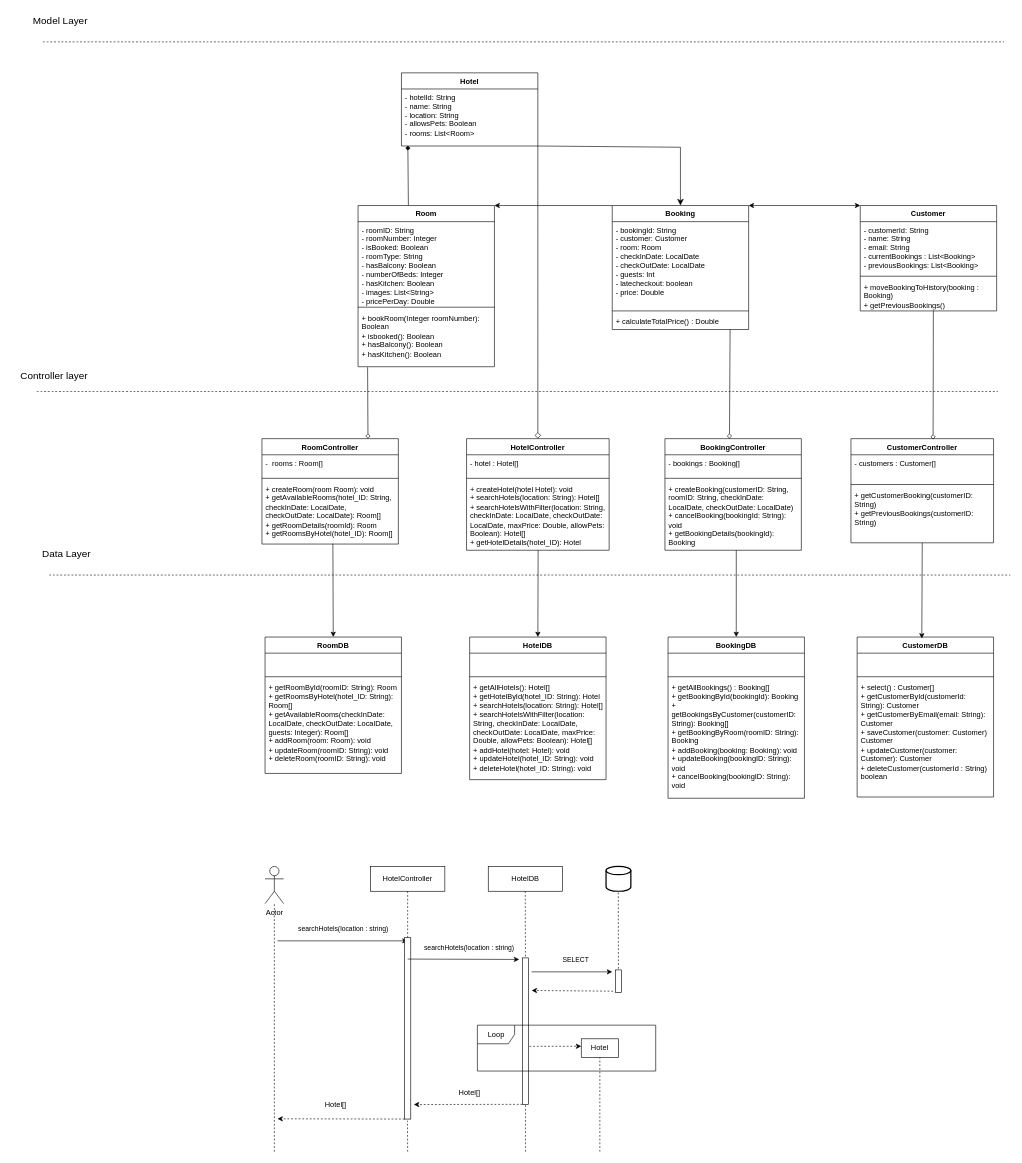
This is V3/Design Module.drawio from rthor997/HBV401G-Throun_hugbunathar, a draw.io file, before an edit. Source tidied: cells renumbered, new cells numbered last; positions are measured from the earlier drawing's top-left corner, leaving out a move shared by most shapes. Both pictures are drawn from the tidied source at 62%, with x=0, y=0 at pixel (11, 11).
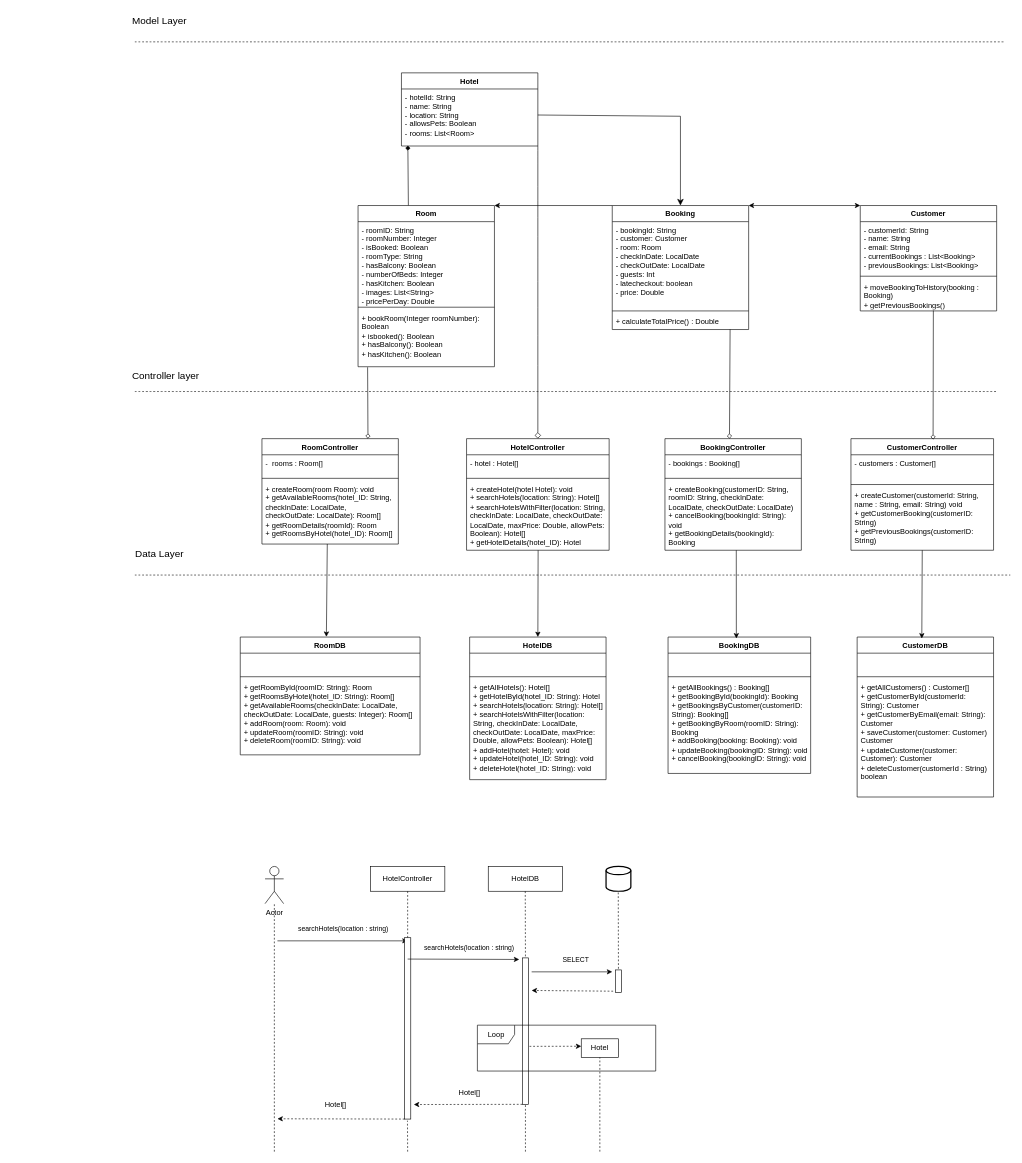
The same page after the edit.

Unchanged cells that the change refers to:
```xml
<mxCell id="7" value="Hotel" style="swimlane;fontStyle=1;align=center;verticalAlign=top;horizontal=1;startSize=26;whiteSpace=wrap;html=1;" parent="1" vertex="1">
  <mxGeometry x="630" y="100" width="220" height="118" as="geometry" />
</mxCell>
<mxCell id="8" value="- hotelId: String&lt;div&gt;- name: String&lt;/div&gt;&lt;div&gt;- location: String&lt;/div&gt;&lt;div&gt;- allowsPets: Boolean&lt;/div&gt;&lt;div&gt;- rooms: List&amp;lt;Room&amp;gt;&lt;/div&gt;&lt;div&gt;&lt;br&gt;&lt;/div&gt;" style="text;strokeColor=none;fillColor=none;align=left;verticalAlign=top;spacingLeft=4;spacingRight=4;overflow=hidden;points=[[0,0.5],[1,0.5]];portConstraint=eastwest;whiteSpace=wrap;html=1;" parent="7" vertex="1">
  <mxGeometry y="26" width="220" height="84" as="geometry" />
</mxCell>
<mxCell id="10" value="Booking" style="swimlane;fontStyle=1;align=center;verticalAlign=top;horizontal=1;startSize=26;whiteSpace=wrap;html=1;" parent="1" vertex="1">
  <mxGeometry x="970" y="314" width="220" height="200" as="geometry" />
</mxCell>
<mxCell id="29" value="+ createBooking(customerID: String, roomID: String, checkInDate: LocalDate, checkOutDate: LocalDate)&lt;div&gt;+ cancelBooking(bookingId: String): void&lt;/div&gt;&lt;div&gt;+ getBookingDetails(bookingId): Booking&lt;/div&gt;" style="text;strokeColor=none;fillColor=none;align=left;verticalAlign=top;spacingLeft=4;spacingRight=4;overflow=hidden;points=[[0,0.5],[1,0.5]];portConstraint=eastwest;whiteSpace=wrap;html=1;" parent="26" vertex="1">
  <mxGeometry y="68" width="220" height="112" as="geometry" />
</mxCell>
<mxCell id="34" value="&lt;div&gt;&lt;span style=&quot;color: light-dark(rgb(0, 0, 0), rgb(255, 255, 255)); background-color: transparent;&quot;&gt;+ createRoom(room Room): void&lt;/span&gt;&lt;/div&gt;&lt;div&gt;&lt;span style=&quot;color: light-dark(rgb(0, 0, 0), rgb(255, 255, 255)); background-color: transparent;&quot;&gt;+&amp;nbsp;&lt;/span&gt;getAvailableRooms(hotel_ID: String, checkInDate: LocalDate, checkOutDate: LocalDate): Room[]&lt;/div&gt;&lt;div&gt;&lt;div&gt;&lt;span style=&quot;background-color: transparent; color: light-dark(rgb(0, 0, 0), rgb(255, 255, 255));&quot;&gt;+&amp;nbsp;&lt;/span&gt;getRoomDetails(roomId): Room&lt;/div&gt;&lt;div&gt;+ getRoomsByHotel(hotel_ID): Room[]&amp;nbsp;&lt;/div&gt;&lt;/div&gt;&lt;div&gt;&lt;br&gt;&lt;/div&gt;" style="text;strokeColor=none;fillColor=none;align=left;verticalAlign=top;spacingLeft=4;spacingRight=4;overflow=hidden;points=[[0,0.5],[1,0.5]];portConstraint=eastwest;whiteSpace=wrap;html=1;" parent="30" vertex="1">
  <mxGeometry y="68" width="220" height="102" as="geometry" />
</mxCell>
<mxCell id="54" value="CustomerDB" style="swimlane;fontStyle=1;align=center;verticalAlign=top;horizontal=1;startSize=26;whiteSpace=wrap;html=1;" parent="1" vertex="1">
  <mxGeometry x="1365" y="1010" width="220" height="258" as="geometry" />
</mxCell>
```

Change to the diagram source:
```diff
@@
     <mxCell id="21" style="endArrow=none;dashed=1;html=1;rounded=0;fontSize=12;startSize=8;endSize=8;curved=1;" parent="1" edge="1">
       <mxGeometry relative="1" as="geometry">
-        <mxPoint x="42" y="614" as="sourcePoint" />
+        <mxPoint x="200" y="614" as="sourcePoint" />
         <mxPoint x="1592" y="614" as="targetPoint" />
       </mxGeometry>
     </mxCell>
     <mxCell id="22" value="Controller layer" style="text;html=1;whiteSpace=wrap;strokeColor=none;fillColor=none;align=center;verticalAlign=middle;rounded=0;fontSize=16;" parent="1" vertex="1">
-      <mxGeometry y="574" width="140" height="30" as="geometry" />
+      <mxGeometry x="180" y="574" width="140" height="30" as="geometry" />
     </mxCell>
     <mxCell id="23" style="endArrow=none;dashed=1;html=1;rounded=0;fontSize=12;startSize=8;endSize=8;curved=1;" parent="1" edge="1">
       <mxGeometry relative="1" as="geometry">
-        <mxPoint x="62" y="910" as="sourcePoint" />
+        <mxPoint x="200" y="910" as="sourcePoint" />
         <mxPoint x="1612" y="910" as="targetPoint" />
       </mxGeometry>
     </mxCell>
     <mxCell id="24" value="Data Layer" style="text;html=1;whiteSpace=wrap;strokeColor=none;fillColor=none;align=center;verticalAlign=middle;rounded=0;fontSize=16;" parent="1" vertex="1">
-      <mxGeometry x="20" y="860" width="140" height="30" as="geometry" />
+      <mxGeometry x="170" y="860" width="140" height="30" as="geometry" />
     </mxCell>
     <mxCell id="25" value="Model Layer" style="text;html=1;whiteSpace=wrap;strokeColor=none;fillColor=none;align=center;verticalAlign=middle;rounded=0;fontSize=16;" parent="1" vertex="1">
-      <mxGeometry x="30" width="100" height="30" as="geometry" />
+      <mxGeometry x="190" width="100" height="30" as="geometry" />
     </mxCell>
@@
     <mxCell id="35" value="CustomerController" style="swimlane;fontStyle=1;align=center;verticalAlign=top;horizontal=1;startSize=26;whiteSpace=wrap;html=1;" parent="1" vertex="1">
-      <mxGeometry x="1355" y="690" width="230" height="168" as="geometry" />
+      <mxGeometry x="1355" y="690" width="230" height="180" as="geometry" />
     </mxCell>
@@
-    <mxCell id="38" value="&lt;div&gt;&lt;span style=&quot;background-color: transparent; color: light-dark(rgb(0, 0, 0), rgb(255, 255, 255));&quot;&gt;+ getCustomerBooking(customerID: String)&lt;/span&gt;&lt;/div&gt;&lt;div&gt;&lt;div&gt;+ getPreviousBookings(customerID: String&lt;span style=&quot;background-color: transparent; color: light-dark(rgb(0, 0, 0), rgb(255, 255, 255));&quot;&gt;)&lt;/span&gt;&lt;/div&gt;&lt;/div&gt;&lt;div&gt;&lt;br&gt;&lt;/div&gt;" style="text;strokeColor=none;fillColor=none;align=left;verticalAlign=top;spacingLeft=4;spacingRight=4;overflow=hidden;points=[[0,0.5],[1,0.5]];portConstraint=eastwest;whiteSpace=wrap;html=1;" parent="35" vertex="1">
-      <mxGeometry y="78" width="230" height="90" as="geometry" />
+    <mxCell id="38" value="&lt;div&gt;+ createCustomer(customerId: String, name : String, email: String) void&lt;span style=&quot;background-color: transparent; color: light-dark(rgb(0, 0, 0), rgb(255, 255, 255));&quot;&gt;&lt;/span&gt;&lt;/div&gt;&lt;div&gt;&lt;span style=&quot;background-color: transparent; color: light-dark(rgb(0, 0, 0), rgb(255, 255, 255));&quot;&gt;+ getCustomerBooking(customerID: String)&lt;/span&gt;&lt;/div&gt;&lt;div&gt;&lt;div&gt;+ getPreviousBookings(customerID: String&lt;span style=&quot;background-color: transparent; color: light-dark(rgb(0, 0, 0), rgb(255, 255, 255));&quot;&gt;)&lt;/span&gt;&lt;/div&gt;&lt;/div&gt;&lt;div&gt;&lt;br&gt;&lt;/div&gt;" style="text;strokeColor=none;fillColor=none;align=left;verticalAlign=top;spacingLeft=4;spacingRight=4;overflow=hidden;points=[[0,0.5],[1,0.5]];portConstraint=eastwest;whiteSpace=wrap;html=1;" parent="35" vertex="1">
+      <mxGeometry y="78" width="230" height="102" as="geometry" />
     </mxCell>
     <mxCell id="39" style="endArrow=none;dashed=1;html=1;rounded=0;fontSize=12;startSize=8;endSize=8;curved=1;" parent="1" edge="1">
       <mxGeometry relative="1" as="geometry">
-        <mxPoint x="52" y="50" as="sourcePoint" />
+        <mxPoint x="200" y="50" as="sourcePoint" />
         <mxPoint x="1602" y="50" as="targetPoint" />
       </mxGeometry>
     </mxCell>
@@
     <mxCell id="45" value="RoomDB" style="swimlane;fontStyle=1;align=center;verticalAlign=top;horizontal=1;startSize=26;whiteSpace=wrap;html=1;" parent="1" vertex="1">
-      <mxGeometry x="410" y="1010" width="220" height="220" as="geometry" />
+      <mxGeometry x="370" y="1010" width="290" height="190" as="geometry" />
     </mxCell>
     <mxCell id="46" value="&lt;div style=&quot;&quot;&gt;&lt;br&gt;&lt;/div&gt;" style="text;strokeColor=none;fillColor=none;align=left;verticalAlign=top;spacingLeft=4;spacingRight=4;overflow=hidden;whiteSpace=wrap;html=1;" parent="45" vertex="1">
-      <mxGeometry y="26" width="220" height="34" as="geometry" />
+      <mxGeometry y="26" width="290" height="34" as="geometry" />
     </mxCell>
     <mxCell id="47" style="line;strokeWidth=1;fillColor=none;align=left;verticalAlign=middle;spacingTop=-1;spacingLeft=3;spacingRight=3;labelPosition=right;strokeColor=inherit;" parent="45" vertex="1">
-      <mxGeometry y="60" width="220" height="8" as="geometry" />
+      <mxGeometry y="60" width="290" height="8" as="geometry" />
     </mxCell>
     <mxCell id="48" value="&lt;div&gt;&lt;span style=&quot;background-color: transparent; color: light-dark(rgb(0, 0, 0), rgb(255, 255, 255));&quot;&gt;+ getRoomById(roomID: String): Room&lt;/span&gt;&lt;/div&gt;&lt;div&gt;+ getRoomsByHotel(hotel_ID: String): Room[]&lt;/div&gt;&lt;div&gt;+ getAvailableRooms(checkInDate: LocalDate, checkOutDate: LocalDate, guests: Integer): Room[]&lt;/div&gt;&lt;div&gt;+ addRoom(room: Room): void&lt;/div&gt;&lt;div&gt;+ updateRoom(roomID: String): void&lt;/div&gt;&lt;div&gt;+ deleteRoom(roomID: String): void&lt;br&gt;&lt;/div&gt;" style="text;strokeColor=none;fillColor=none;align=left;verticalAlign=top;spacingLeft=4;spacingRight=4;overflow=hidden;whiteSpace=wrap;html=1;" parent="45" vertex="1">
-      <mxGeometry y="68" width="220" height="152" as="geometry" />
+      <mxGeometry y="68" width="290" height="122" as="geometry" />
     </mxCell>
@@
     <mxCell id="50" value="BookingDB" style="swimlane;fontStyle=1;align=center;verticalAlign=top;horizontal=1;startSize=26;whiteSpace=wrap;html=1;" parent="1" vertex="1">
-      <mxGeometry x="1060" y="1010" width="220" height="260" as="geometry" />
+      <mxGeometry x="1060" y="1010" width="230" height="220" as="geometry" />
     </mxCell>
     <mxCell id="51" value="&lt;div style=&quot;&quot;&gt;&lt;br&gt;&lt;/div&gt;" style="text;strokeColor=none;fillColor=none;align=left;verticalAlign=top;spacingLeft=4;spacingRight=4;overflow=hidden;whiteSpace=wrap;html=1;" parent="50" vertex="1">
-      <mxGeometry y="26" width="220" height="34" as="geometry" />
+      <mxGeometry y="26" width="230" height="34" as="geometry" />
     </mxCell>
     <mxCell id="52" style="line;strokeWidth=1;fillColor=none;align=left;verticalAlign=middle;spacingTop=-1;spacingLeft=3;spacingRight=3;labelPosition=right;strokeColor=inherit;" parent="50" vertex="1">
-      <mxGeometry y="60" width="220" height="8" as="geometry" />
+      <mxGeometry y="60" width="230" height="8" as="geometry" />
     </mxCell>
     <mxCell id="53" value="&lt;div&gt;+ getAllBookings() : Booking[]&lt;/div&gt;&lt;div&gt;+ getBookingById(bookingId): Booking&lt;/div&gt;&lt;div&gt;+ getBookingsByCustomer(customerID: String): Booking[]&lt;/div&gt;&lt;div&gt;+ getBookingByRoom(roomID: String): Booking&lt;/div&gt;&lt;div&gt;+ addBooking(booking: Booking): void&lt;/div&gt;&lt;div&gt;&lt;span style=&quot;background-color: transparent; color: light-dark(rgb(0, 0, 0), rgb(255, 255, 255));&quot;&gt;+ updateBooking(bookingID: String): void&lt;/span&gt;&lt;/div&gt;&lt;div&gt;+ cancelBooking(bookingID: String): void&lt;br&gt;&lt;/div&gt;" style="text;strokeColor=none;fillColor=none;align=left;verticalAlign=top;spacingLeft=4;spacingRight=4;overflow=hidden;whiteSpace=wrap;html=1;" parent="50" vertex="1">
-      <mxGeometry y="68" width="220" height="192" as="geometry" />
+      <mxGeometry y="68" width="230" height="152" as="geometry" />
     </mxCell>
@@
-    <mxCell id="57" value="&lt;div&gt;&lt;div&gt;+ select() : Customer[]&lt;/div&gt;&lt;div&gt;+ getCustomerById(customerId: String): Customer&lt;/div&gt;&lt;div&gt;+ getCustomerByEmail(email: String): Customer&lt;/div&gt;&lt;div&gt;+ saveCustomer(customer: Customer) Customer&lt;/div&gt;&lt;div&gt;+ updateCustomer(customer: Customer): Customer&lt;/div&gt;&lt;div&gt;+ deleteCustomer(customerId : String) boolean&lt;/div&gt;&lt;/div&gt;" style="text;strokeColor=none;fillColor=none;align=left;verticalAlign=top;spacingLeft=4;spacingRight=4;overflow=hidden;whiteSpace=wrap;html=1;" parent="54" vertex="1">
+    <mxCell id="57" value="&lt;div&gt;&lt;div&gt;+ getAllCustomers() : Customer[]&lt;/div&gt;&lt;div&gt;+ getCustomerById(customerId: String): Customer&lt;/div&gt;&lt;div&gt;+ getCustomerByEmail(email: String): Customer&lt;/div&gt;&lt;div&gt;+ saveCustomer(customer: Customer) Customer&lt;/div&gt;&lt;div&gt;+ updateCustomer(customer: Customer): Customer&lt;/div&gt;&lt;div&gt;+ deleteCustomer(customerId : String) boolean&lt;/div&gt;&lt;/div&gt;" style="text;strokeColor=none;fillColor=none;align=left;verticalAlign=top;spacingLeft=4;spacingRight=4;overflow=hidden;whiteSpace=wrap;html=1;" parent="54" vertex="1">
       <mxGeometry y="68" width="220" height="190" as="geometry" />
     </mxCell>
@@
-    <mxCell id="62" style="endArrow=classic;html=1;rounded=0;entryX=0.5;entryY=0;entryDx=0;entryDy=0;exitX=0.52;exitY=0.995;exitDx=0;exitDy=0;exitPerimeter=0;" parent="1" edge="1" source="34" target="45">
+    <mxCell id="62" style="endArrow=classic;html=1;rounded=0;exitX=0.479;exitY=0.999;exitDx=0;exitDy=0;exitPerimeter=0;entryX=0.479;entryY=-0.002;entryDx=0;entryDy=0;entryPerimeter=0;" parent="1" edge="1" source="34" target="45">
       <mxGeometry relative="1" as="geometry" />
     </mxCell>
-    <mxCell id="63" style="endArrow=classic;html=1;rounded=0;fontSize=12;startSize=8;endSize=8;curved=0;exitX=1;exitY=1;exitDx=0;exitDy=0;entryX=0.5;entryY=0;entryDx=0;entryDy=0;" parent="1" edge="1" source="7" target="10">
+    <mxCell id="63" style="endArrow=classic;html=1;rounded=0;fontSize=12;startSize=8;endSize=8;curved=0;exitX=1;exitY=0.5;exitDx=0;exitDy=0;entryX=0.5;entryY=0;entryDx=0;entryDy=0;" parent="1" edge="1" source="8" target="10">
       <mxGeometry relative="1" as="geometry">
         <Array as="points">
-          <mxPoint x="1080" y="220" />
+          <mxPoint x="1080" y="170" />
         </Array>
       </mxGeometry>
     </mxCell>
@@
-    <mxCell id="65" style="endArrow=classic;html=1;rounded=0;entryX=0.5;entryY=0;entryDx=0;entryDy=0;exitX=0.523;exitY=1;exitDx=0;exitDy=0;exitPerimeter=0;" parent="1" edge="1" source="29" target="50">
+    <mxCell id="65" style="endArrow=classic;html=1;rounded=0;entryX=0.479;entryY=0.01;entryDx=0;entryDy=0;exitX=0.523;exitY=1;exitDx=0;exitDy=0;exitPerimeter=0;entryPerimeter=0;" parent="1" edge="1" source="29" target="50">
       <mxGeometry relative="1" as="geometry" />
     </mxCell>
```
